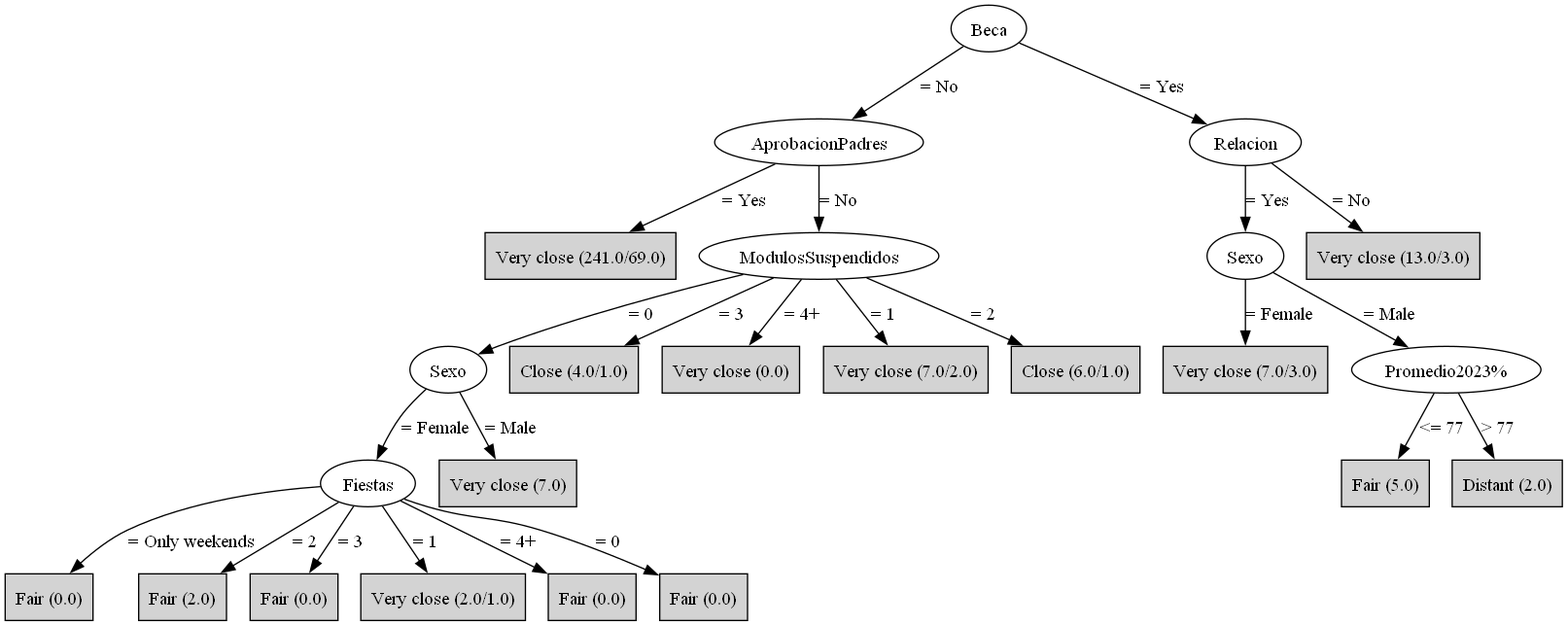
Earlier version of the Graphviz export BackendWeka/tree.png (DiegoCAlvaradoC/Sis3BigData). Its source is kept beside it as BackendWeka/tree.dot.
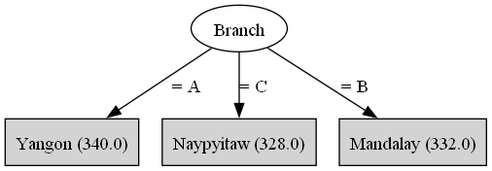
Above is the later version.

Diff of the diagram source:
```diff
@@ -1,49 +1,9 @@
 digraph J48Tree {
-N0 [label="Beca" ]
-N0->N1 [label="= No"]
-N1 [label="AprobacionPadres" ]
-N1->N2 [label="= Yes"]
-N2 [label="Very close (241.0/69.0)" shape=box style=filled ]
-N1->N3 [label="= No"]
-N3 [label="ModulosSuspendidos" ]
-N3->N4 [label="= 0"]
-N4 [label="Sexo" ]
-N4->N5 [label="= Female"]
-N5 [label="Fiestas" ]
-N5->N6 [label="= Only weekends"]
-N6 [label="Fair (0.0)" shape=box style=filled ]
-N5->N7 [label="= 2"]
-N7 [label="Fair (2.0)" shape=box style=filled ]
-N5->N8 [label="= 3"]
-N8 [label="Fair (0.0)" shape=box style=filled ]
-N5->N9 [label="= 1"]
-N9 [label="Very close (2.0/1.0)" shape=box style=filled ]
-N5->N10 [label="= 4+"]
-N10 [label="Fair (0.0)" shape=box style=filled ]
-N5->N11 [label="= 0"]
-N11 [label="Fair (0.0)" shape=box style=filled ]
-N4->N12 [label="= Male"]
-N12 [label="Very close (7.0)" shape=box style=filled ]
-N3->N13 [label="= 3"]
-N13 [label="Close (4.0/1.0)" shape=box style=filled ]
-N3->N14 [label="= 4+"]
-N14 [label="Very close (0.0)" shape=box style=filled ]
-N3->N15 [label="= 1"]
-N15 [label="Very close (7.0/2.0)" shape=box style=filled ]
-N3->N16 [label="= 2"]
-N16 [label="Close (6.0/1.0)" shape=box style=filled ]
-N0->N17 [label="= Yes"]
-N17 [label="Relacion" ]
-N17->N18 [label="= Yes"]
-N18 [label="Sexo" ]
-N18->N19 [label="= Female"]
-N19 [label="Very close (7.0/3.0)" shape=box style=filled ]
-N18->N20 [label="= Male"]
-N20 [label="Promedio2023\%" ]
-N20->N21 [label="<= 77"]
-N21 [label="Fair (5.0)" shape=box style=filled ]
-N20->N22 [label="> 77"]
-N22 [label="Distant (2.0)" shape=box style=filled ]
-N17->N23 [label="= No"]
-N23 [label="Very close (13.0/3.0)" shape=box style=filled ]
+N0 [label="Branch" ]
+N0->N1 [label="= A"]
+N1 [label="Yangon (340.0)" shape=box style=filled ]
+N0->N2 [label="= C"]
+N2 [label="Naypyitaw (328.0)" shape=box style=filled ]
+N0->N3 [label="= B"]
+N3 [label="Mandalay (332.0)" shape=box style=filled ]
 }
```
